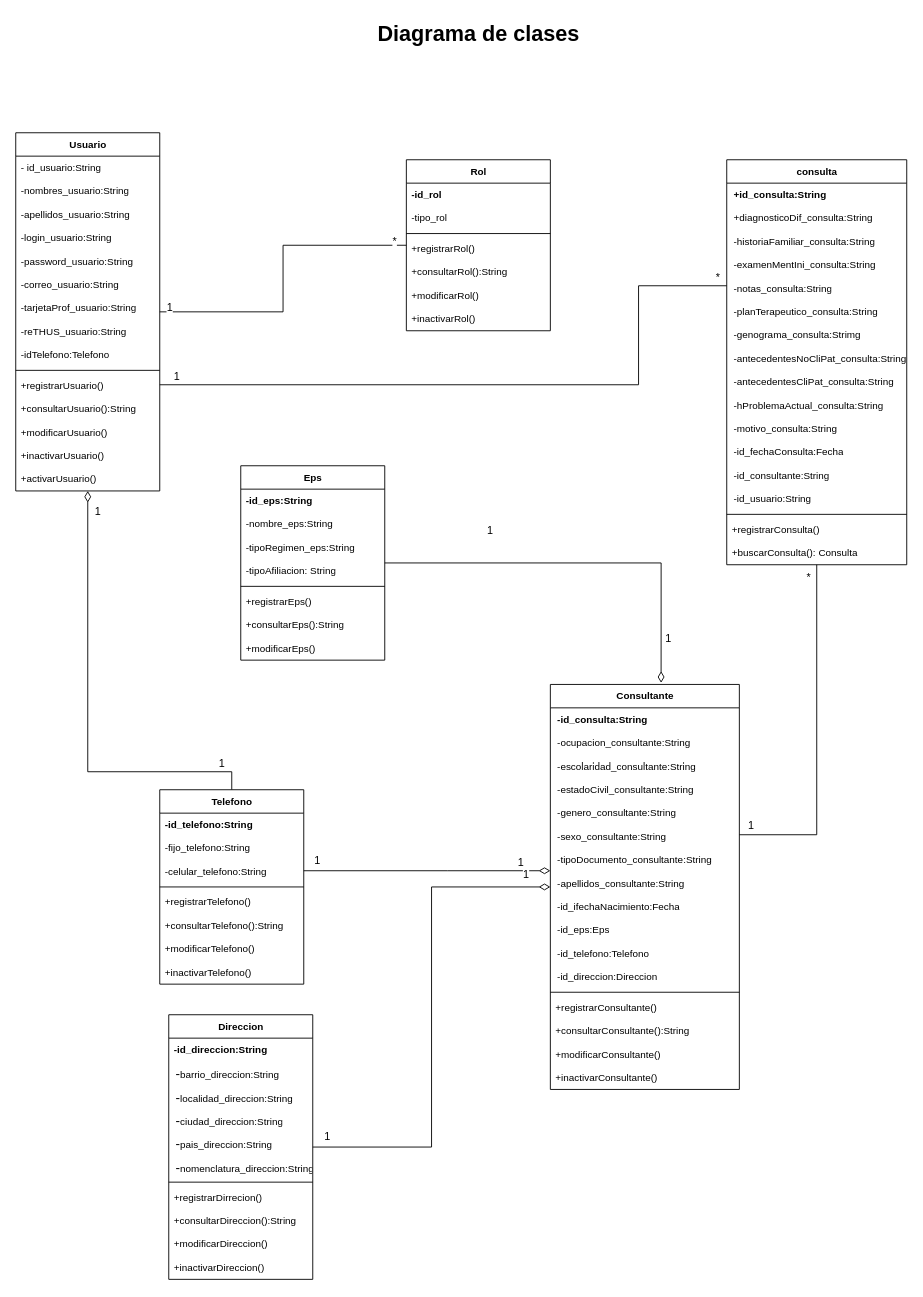
This is page "D. de Clases" (5 of 11) of Diagramas/Untitled Diagram.drawio from barloff2/Diagramas, a draw.io file, before an edit. Source tidied: cells renumbered, new cells numbered last; positions are measured from the earlier drawing's top-left corner, leaving out a move shared by most shapes. Both pictures are drawn from the tidied source at 90%, with x=0, y=0 at pixel (15, 15).
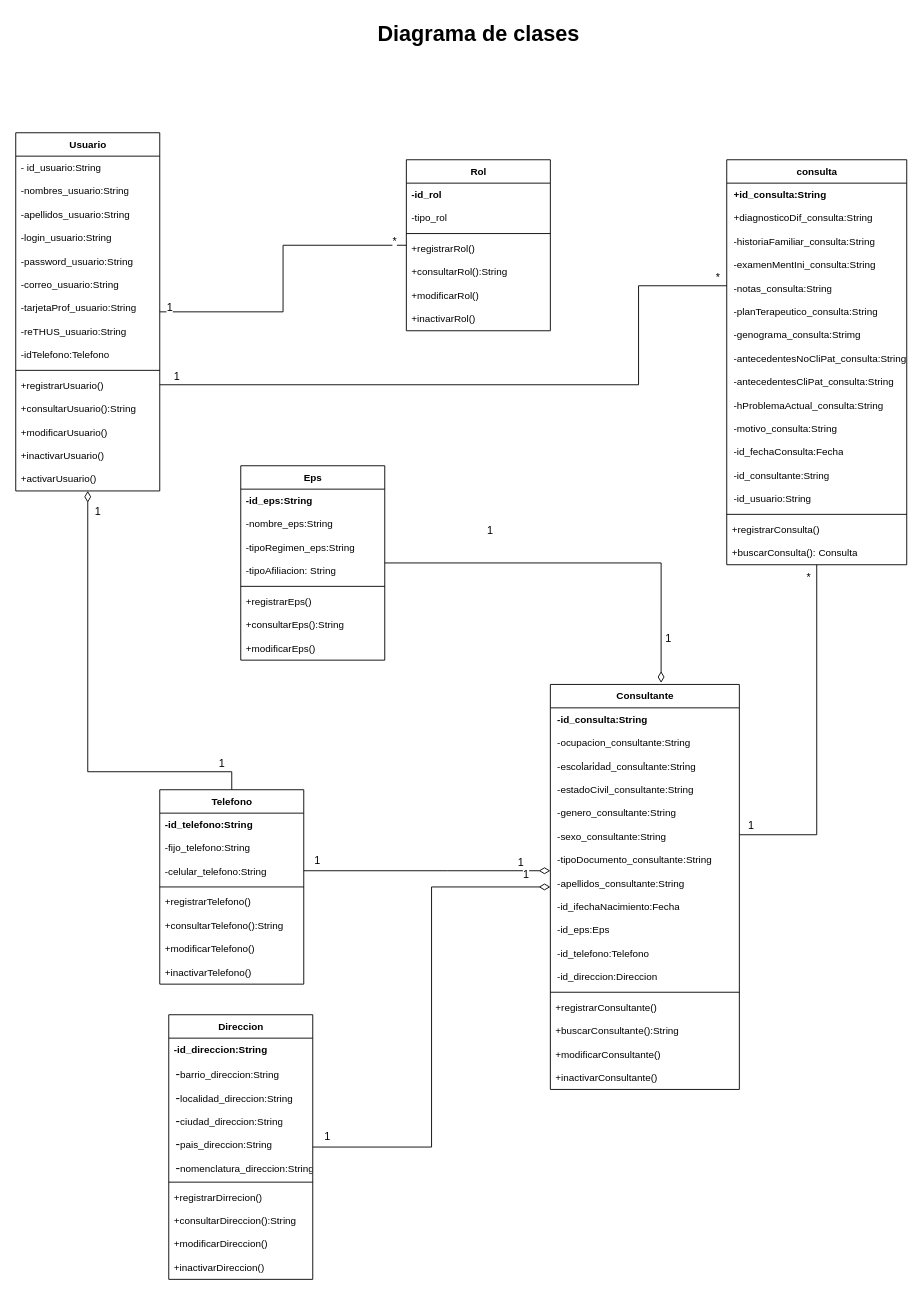
The same diagram, later.

Unchanged cells that the change refers to:
```xml
<mxCell id="65" value="Consultante" style="swimlane;fontStyle=1;align=center;verticalAlign=top;horizontal=1;startSize=26;fontSize=11;html=1;" parent="1" vertex="1">
  <mxGeometry x="594" y="743" width="210" height="450" as="geometry" />
</mxCell>
```

What changed in the source:
```diff
@@
-    <mxCell id="80" value="+consultarConsultante():String" style="text;strokeColor=none;fillColor=none;align=left;verticalAlign=top;spacingLeft=4;spacingRight=4;overflow=hidden;fontSize=11;html=1;" parent="65" vertex="1">
+    <mxCell id="80" value="+buscarConsultante():String" style="text;strokeColor=none;fillColor=none;align=left;verticalAlign=top;spacingLeft=4;spacingRight=4;overflow=hidden;fontSize=11;html=1;" parent="65" vertex="1">
       <mxGeometry y="372" width="210" height="26" as="geometry" />
     </mxCell>
```
